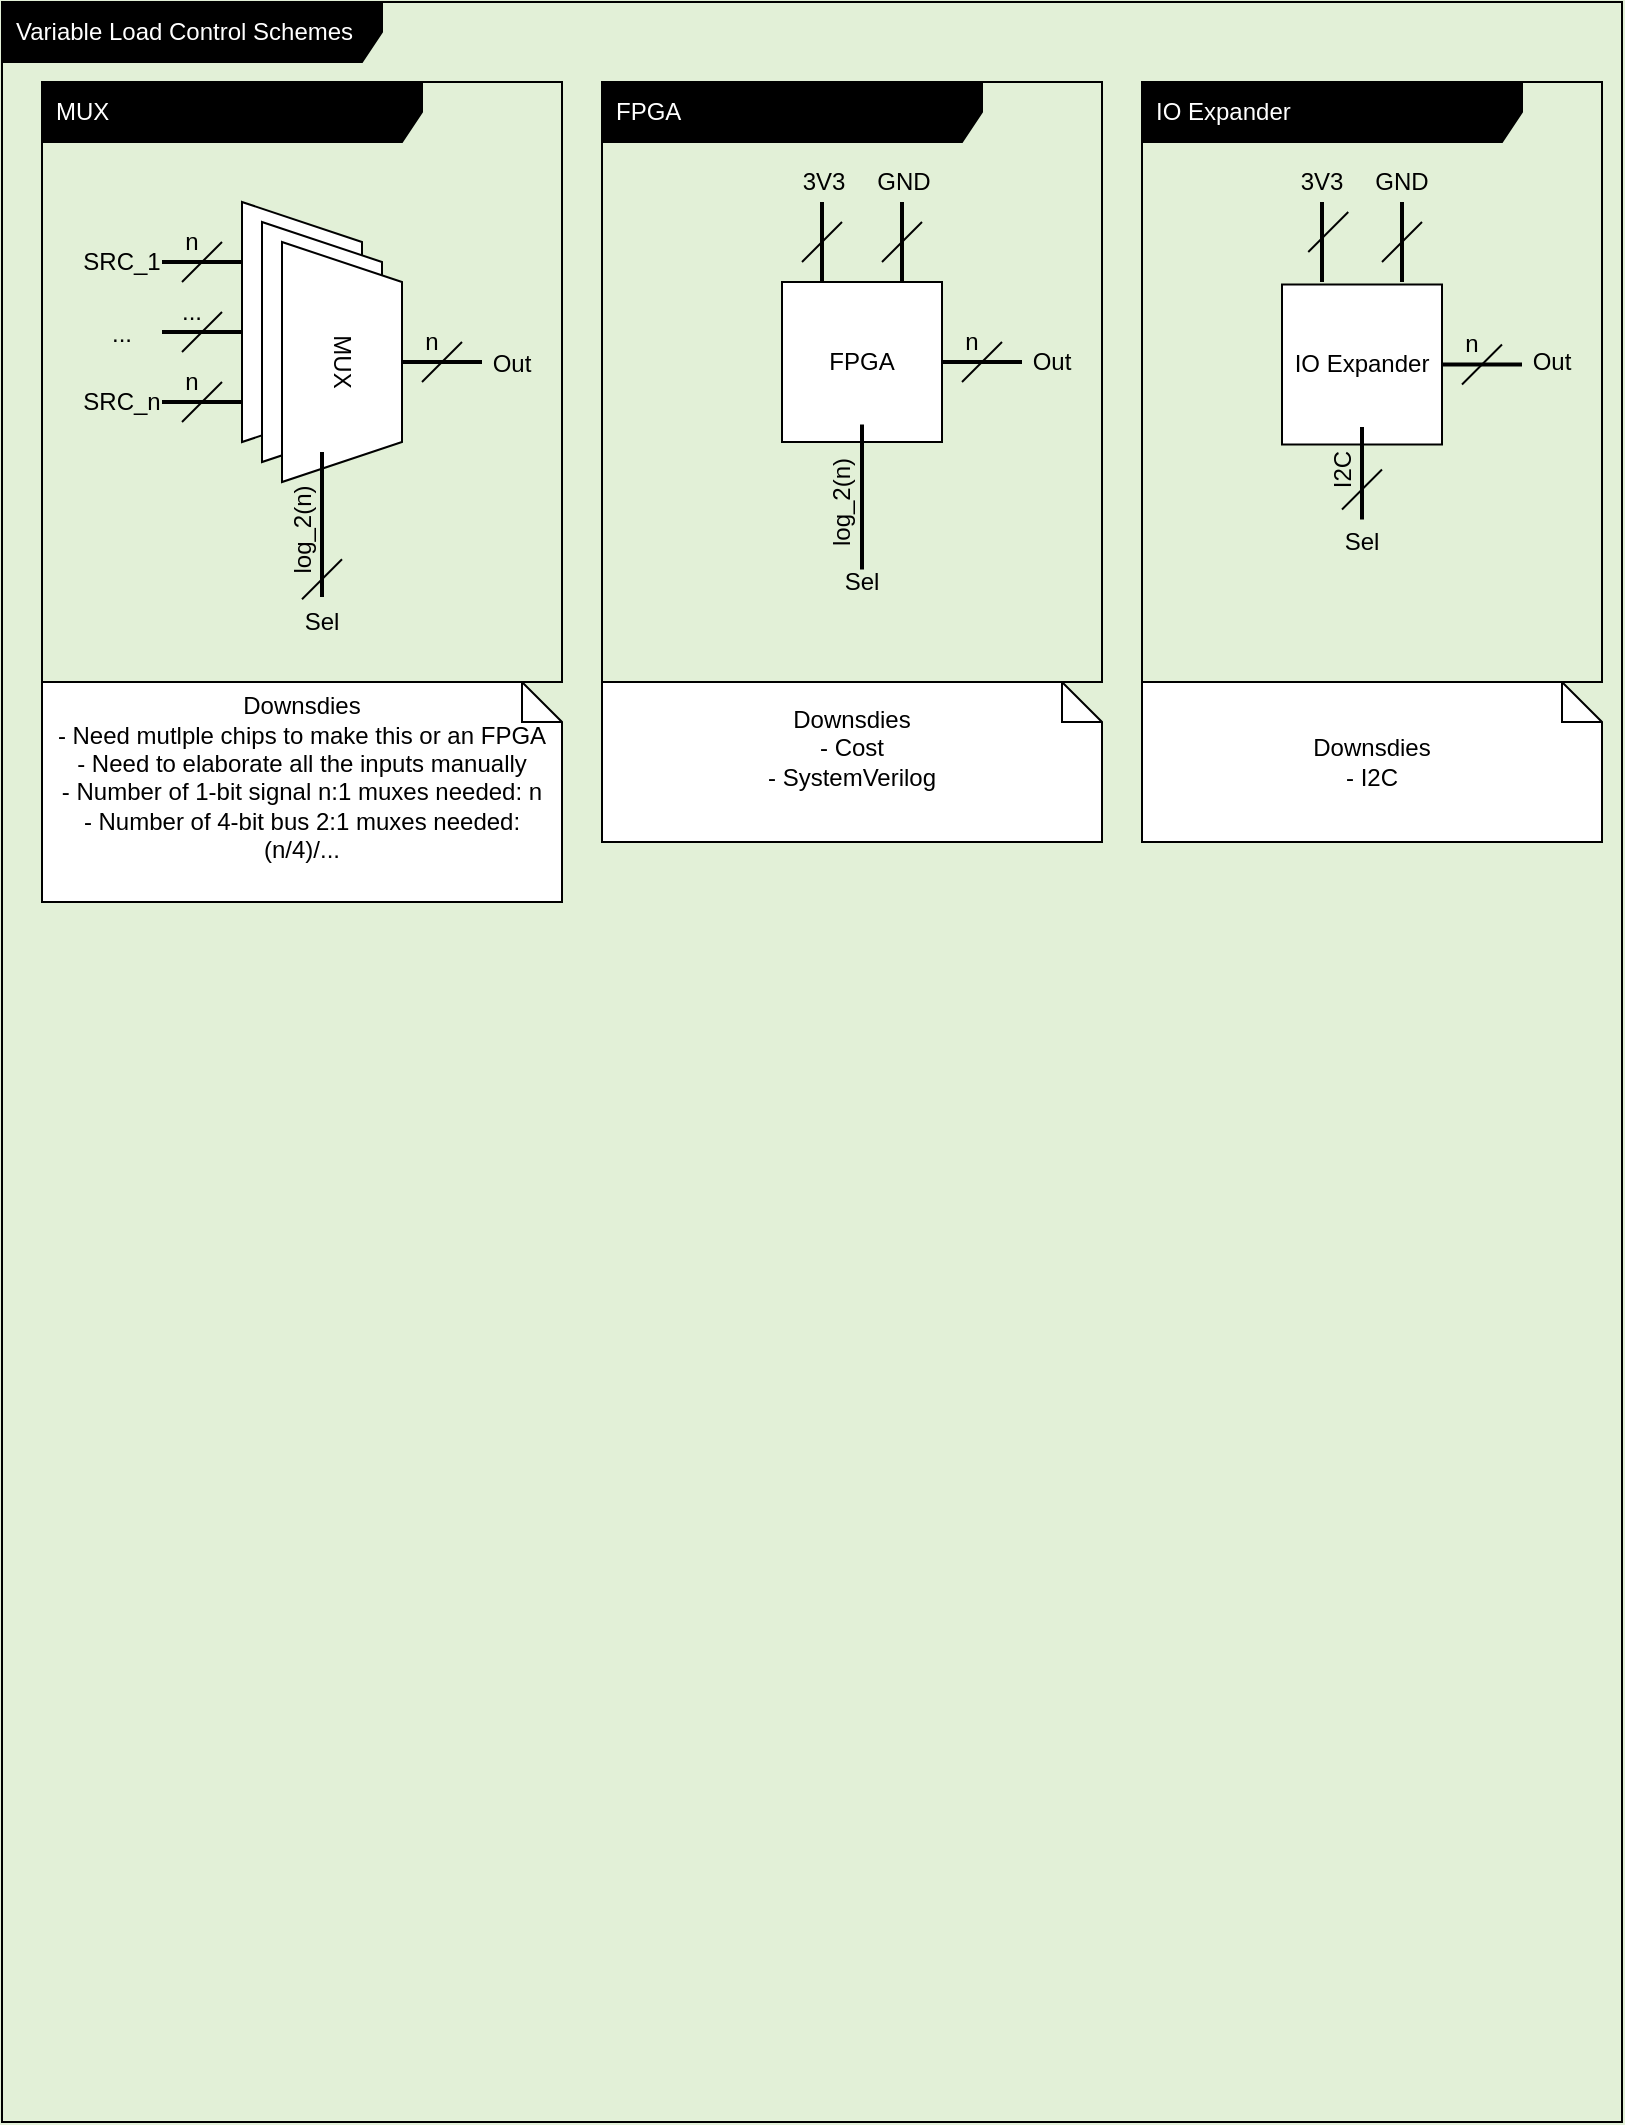
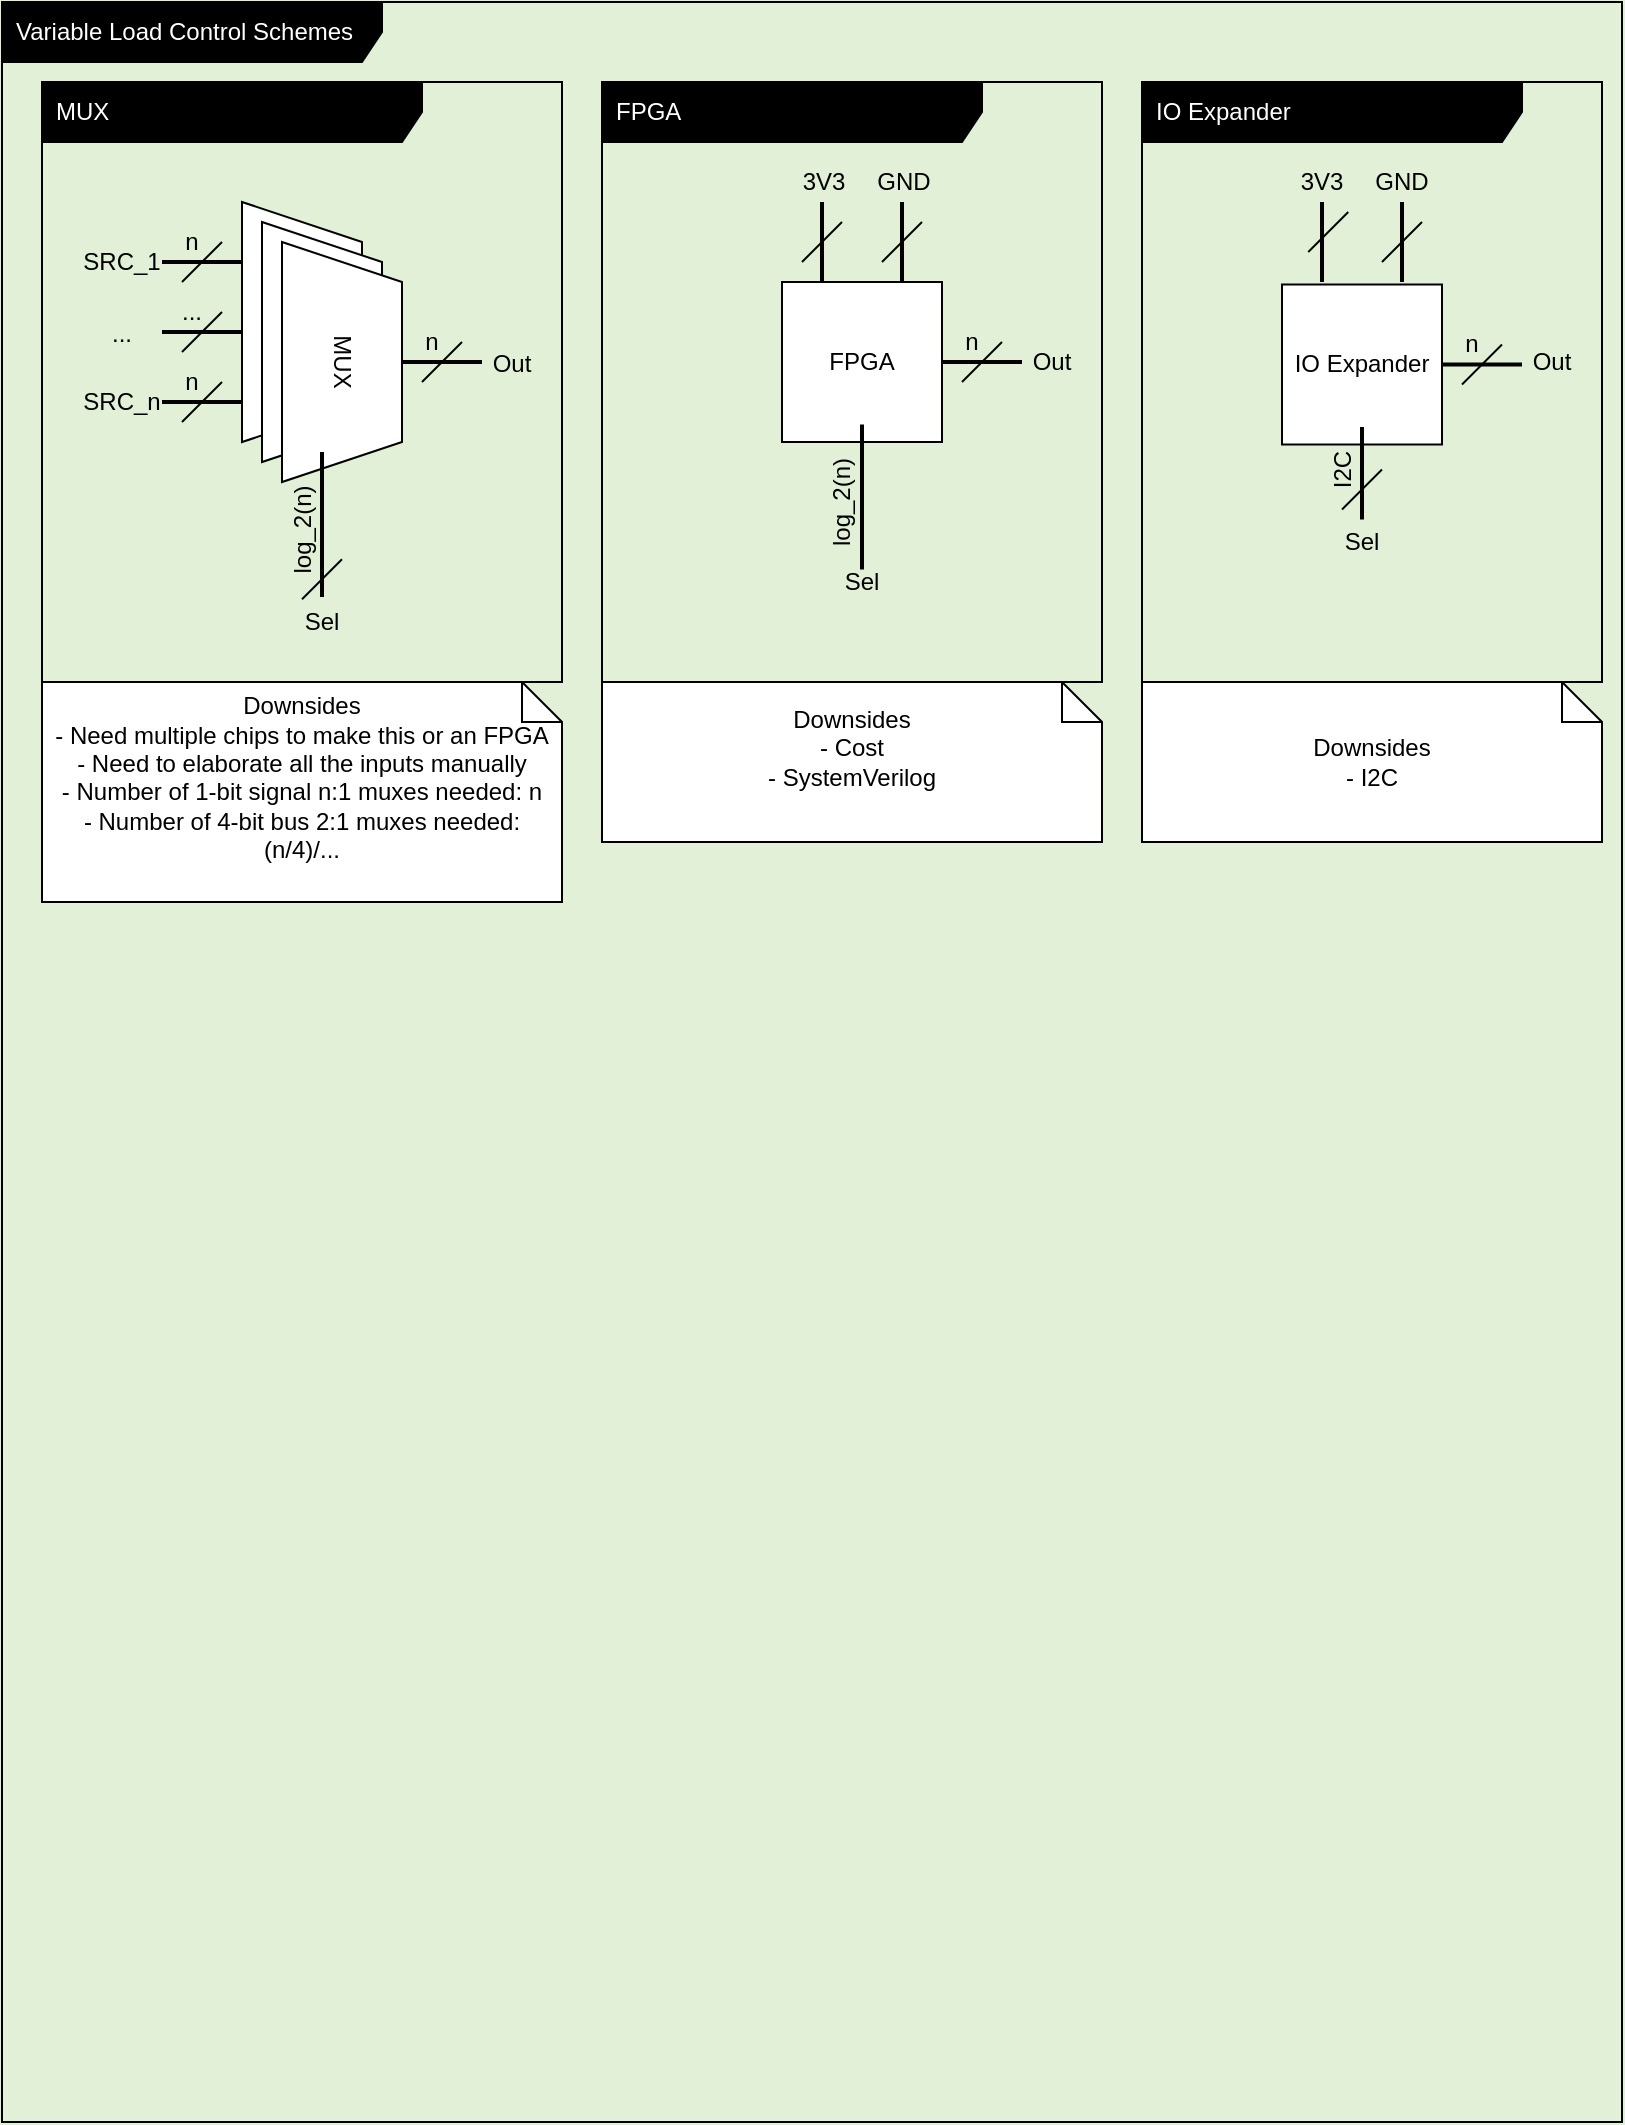
<mxfile host="65bd71144e">
    <diagram id="tHN3M4HqVVOx1sUsYJW1" name="Page-1">
        <mxGraphModel dx="793" dy="634" grid="1" gridSize="10" guides="1" tooltips="1" connect="1" arrows="1" fold="1" page="1" pageScale="1" pageWidth="850" pageHeight="1100" background="#E2F0D7" math="0" shadow="0">
            <root>
                <mxCell id="0"/>
                <mxCell id="1" parent="0"/>
                <mxCell id="2" value="&lt;font color=&quot;#ffffff&quot;&gt;Variable Load Control Schemes&lt;/font&gt;" style="shape=umlFrame;whiteSpace=wrap;html=1;width=190;height=30;boundedLbl=1;verticalAlign=middle;align=left;spacingLeft=5;fontColor=#000000;strokeColor=#000000;fillColor=#000000;gradientColor=#000000;fillStyle=solid;movable=1;resizable=1;rotatable=1;deletable=1;editable=1;connectable=1;" vertex="1" parent="1">
                    <mxGeometry x="10" y="20" width="810" height="1060" as="geometry"/>
                </mxCell>
                <mxCell id="50" value="&lt;font color=&quot;#ffffff&quot;&gt;IO Expander&lt;/font&gt;" style="shape=umlFrame;whiteSpace=wrap;html=1;width=190;height=30;boundedLbl=1;verticalAlign=middle;align=left;spacingLeft=5;fontColor=#000000;strokeColor=#000000;fillColor=#000000;gradientColor=#000000;fillStyle=solid;movable=1;resizable=1;rotatable=1;deletable=1;editable=1;connectable=1;" vertex="1" parent="1">
                    <mxGeometry x="580" y="60" width="230" height="300" as="geometry"/>
                </mxCell>
                <mxCell id="3" value="&lt;font color=&quot;#ffffff&quot;&gt;MUX&lt;/font&gt;" style="shape=umlFrame;whiteSpace=wrap;html=1;width=190;height=30;boundedLbl=1;verticalAlign=middle;align=left;spacingLeft=5;fontColor=#000000;strokeColor=#000000;fillColor=#000000;gradientColor=#000000;fillStyle=solid;movable=1;resizable=1;rotatable=1;deletable=1;editable=1;connectable=1;" vertex="1" parent="1">
                    <mxGeometry x="30" y="60" width="260" height="300" as="geometry"/>
                </mxCell>
                <mxCell id="7" value="" style="shape=trapezoid;perimeter=trapezoidPerimeter;whiteSpace=wrap;html=1;fixedSize=1;rotation=90;fillColor=light-dark(#FFFFFF,#FFFFFF);" vertex="1" parent="1">
                    <mxGeometry x="100" y="150" width="120" height="60" as="geometry"/>
                </mxCell>
                <mxCell id="8" value="" style="shape=trapezoid;perimeter=trapezoidPerimeter;whiteSpace=wrap;html=1;fixedSize=1;rotation=90;fillColor=light-dark(#FFFFFF,#FFFFFF);" vertex="1" parent="1">
                    <mxGeometry x="110" y="160" width="120" height="60" as="geometry"/>
                </mxCell>
                <mxCell id="9" value="&lt;font style=&quot;color: light-dark(rgb(0, 0, 0), rgb(0, 0, 0));&quot;&gt;MUX&lt;/font&gt;" style="shape=trapezoid;perimeter=trapezoidPerimeter;whiteSpace=wrap;html=1;fixedSize=1;rotation=90;fillColor=light-dark(#FFFFFF,#FFFFFF);" vertex="1" parent="1">
                    <mxGeometry x="120" y="170" width="120" height="60" as="geometry"/>
                </mxCell>
                <mxCell id="10" value="" style="line;strokeWidth=2;html=1;" vertex="1" parent="1">
                    <mxGeometry x="90" y="145" width="40" height="10" as="geometry"/>
                </mxCell>
                <mxCell id="11" value="" style="endArrow=none;html=1;" edge="1" parent="1">
                    <mxGeometry width="50" height="50" relative="1" as="geometry">
                        <mxPoint x="100" y="160" as="sourcePoint"/>
                        <mxPoint x="120" y="140" as="targetPoint"/>
                    </mxGeometry>
                </mxCell>
                <mxCell id="12" value="n" style="text;html=1;strokeColor=none;fillColor=none;align=center;verticalAlign=middle;whiteSpace=wrap;rounded=0;" vertex="1" parent="1">
                    <mxGeometry x="90" y="130" width="30" height="20" as="geometry"/>
                </mxCell>
                <mxCell id="15" value="" style="line;strokeWidth=2;html=1;" vertex="1" parent="1">
                    <mxGeometry x="90" y="180" width="40" height="10" as="geometry"/>
                </mxCell>
                <mxCell id="16" value="" style="endArrow=none;html=1;" edge="1" parent="1" source="17">
                    <mxGeometry width="50" height="50" relative="1" as="geometry">
                        <mxPoint x="100" y="195" as="sourcePoint"/>
                        <mxPoint x="120" y="175" as="targetPoint"/>
                    </mxGeometry>
                </mxCell>
                <mxCell id="18" value="" style="line;strokeWidth=2;html=1;" vertex="1" parent="1">
                    <mxGeometry x="90" y="215" width="40" height="10" as="geometry"/>
                </mxCell>
                <mxCell id="19" value="" style="endArrow=none;html=1;" edge="1" parent="1">
                    <mxGeometry width="50" height="50" relative="1" as="geometry">
                        <mxPoint x="100" y="230" as="sourcePoint"/>
                        <mxPoint x="120" y="210" as="targetPoint"/>
                    </mxGeometry>
                </mxCell>
                <mxCell id="20" value="n" style="text;html=1;strokeColor=none;fillColor=none;align=center;verticalAlign=middle;whiteSpace=wrap;rounded=0;" vertex="1" parent="1">
                    <mxGeometry x="90" y="200" width="30" height="20" as="geometry"/>
                </mxCell>
                <mxCell id="21" value="" style="line;strokeWidth=2;html=1;" vertex="1" parent="1">
                    <mxGeometry x="210" y="195" width="40" height="10" as="geometry"/>
                </mxCell>
                <mxCell id="22" value="" style="endArrow=none;html=1;" edge="1" parent="1">
                    <mxGeometry width="50" height="50" relative="1" as="geometry">
                        <mxPoint x="220" y="210" as="sourcePoint"/>
                        <mxPoint x="240" y="190" as="targetPoint"/>
                    </mxGeometry>
                </mxCell>
                <mxCell id="23" value="n" style="text;html=1;strokeColor=none;fillColor=none;align=center;verticalAlign=middle;whiteSpace=wrap;rounded=0;" vertex="1" parent="1">
                    <mxGeometry x="210" y="180" width="30" height="20" as="geometry"/>
                </mxCell>
                <mxCell id="24" value="" style="line;strokeWidth=2;html=1;rotation=-90;" vertex="1" parent="1">
                    <mxGeometry x="133.75" y="276.25" width="72.5" height="10" as="geometry"/>
                </mxCell>
                <mxCell id="26" value="log_2(n)" style="text;html=1;strokeColor=none;fillColor=none;align=center;verticalAlign=middle;whiteSpace=wrap;rounded=0;rotation=-90;" vertex="1" parent="1">
                    <mxGeometry x="136.25" y="273.75" width="47.5" height="20" as="geometry"/>
                </mxCell>
                <mxCell id="32" value="" style="endArrow=none;html=1;" edge="1" parent="1">
                    <mxGeometry width="50" height="50" relative="1" as="geometry">
                        <mxPoint x="160" y="318.64" as="sourcePoint"/>
                        <mxPoint x="180" y="298.64" as="targetPoint"/>
                    </mxGeometry>
                </mxCell>
                <mxCell id="17" value="..." style="text;html=1;strokeColor=none;fillColor=none;align=center;verticalAlign=middle;whiteSpace=wrap;rounded=0;" vertex="1" parent="1">
                    <mxGeometry x="90" y="165" width="30" height="20" as="geometry"/>
                </mxCell>
                <mxCell id="34" value="" style="endArrow=none;html=1;" edge="1" parent="1">
                    <mxGeometry width="50" height="50" relative="1" as="geometry">
                        <mxPoint x="100" y="195" as="sourcePoint"/>
                        <mxPoint x="120" y="175" as="targetPoint"/>
                    </mxGeometry>
                </mxCell>
-                 <mxCell id="35" value="&lt;div&gt;Downsdies&lt;/div&gt;&lt;div&gt;- Need mutlple chips to make this or an FPGA&lt;/div&gt;&lt;div&gt;- Need to elaborate all the inputs manually&lt;/div&gt;&lt;div&gt;- Number of 1-bit signal n:1 muxes needed: n&lt;/div&gt;&lt;div&gt;- Number of 4-bit bus 2:1 muxes needed: (n/4)/...&lt;/div&gt;&lt;div&gt;&lt;br&gt;&lt;/div&gt;" style="shape=note;size=20;whiteSpace=wrap;html=1;" vertex="1" parent="1">
+                 <mxCell id="35" value="&lt;div&gt;Downsides&lt;/div&gt;&lt;div&gt;- Need multiple chips to make this or an FPGA&lt;/div&gt;&lt;div&gt;- Need to elaborate all the inputs manually&lt;/div&gt;&lt;div&gt;- Number of 1-bit signal n:1 muxes needed: n&lt;/div&gt;&lt;div&gt;- Number of 4-bit bus 2:1 muxes needed: (n/4)/...&lt;/div&gt;&lt;div&gt;&lt;br&gt;&lt;/div&gt;" style="shape=note;size=20;whiteSpace=wrap;html=1;" vertex="1" parent="1">
                    <mxGeometry x="30" y="360" width="260" height="110" as="geometry"/>
                </mxCell>
                <mxCell id="36" value="&lt;font color=&quot;#ffffff&quot;&gt;FPGA&lt;/font&gt;" style="shape=umlFrame;whiteSpace=wrap;html=1;width=190;height=30;boundedLbl=1;verticalAlign=middle;align=left;spacingLeft=5;fontColor=#000000;strokeColor=#000000;fillColor=#000000;gradientColor=#000000;fillStyle=solid;movable=1;resizable=1;rotatable=1;deletable=1;editable=1;connectable=1;" vertex="1" parent="1">
                    <mxGeometry x="310" y="60" width="250" height="300" as="geometry"/>
                </mxCell>
                <mxCell id="37" value="&lt;font style=&quot;color: light-dark(rgb(0, 0, 0), rgb(0, 0, 0));&quot;&gt;FPGA&lt;/font&gt;" style="rounded=0;whiteSpace=wrap;html=1;fillColor=light-dark(#FFFFFF,#FFFFFF);" vertex="1" parent="1">
                    <mxGeometry x="400" y="160" width="80" height="80" as="geometry"/>
                </mxCell>
                <mxCell id="41" value="" style="line;strokeWidth=2;html=1;rotation=-90;" vertex="1" parent="1">
                    <mxGeometry x="403.75" y="262.5" width="72.5" height="10" as="geometry"/>
                </mxCell>
                <mxCell id="42" value="log_2(n)" style="text;html=1;strokeColor=none;fillColor=none;align=center;verticalAlign=middle;whiteSpace=wrap;rounded=0;rotation=-90;" vertex="1" parent="1">
                    <mxGeometry x="406.25" y="260" width="47.5" height="20" as="geometry"/>
                </mxCell>
                <mxCell id="47" value="" style="line;strokeWidth=2;html=1;" vertex="1" parent="1">
                    <mxGeometry x="480" y="197.5" width="40" height="5" as="geometry"/>
                </mxCell>
                <mxCell id="48" value="" style="endArrow=none;html=1;" edge="1" parent="1">
                    <mxGeometry width="50" height="50" relative="1" as="geometry">
                        <mxPoint x="490" y="210" as="sourcePoint"/>
                        <mxPoint x="510" y="190" as="targetPoint"/>
                    </mxGeometry>
                </mxCell>
                <mxCell id="49" value="n" style="text;html=1;strokeColor=none;fillColor=none;align=center;verticalAlign=middle;whiteSpace=wrap;rounded=0;" vertex="1" parent="1">
                    <mxGeometry x="480" y="180" width="30" height="20" as="geometry"/>
                </mxCell>
                <mxCell id="51" value="&lt;font style=&quot;color: light-dark(rgb(0, 0, 0), rgb(0, 0, 0));&quot;&gt;IO Expander&lt;/font&gt;" style="rounded=0;whiteSpace=wrap;html=1;fillColor=light-dark(#FFFFFF,#FFFFFF);" vertex="1" parent="1">
                    <mxGeometry x="650" y="161.25" width="80" height="80" as="geometry"/>
                </mxCell>
                <mxCell id="52" value="" style="line;strokeWidth=2;html=1;rotation=90;" vertex="1" parent="1">
                    <mxGeometry x="690" y="135" width="40" height="10" as="geometry"/>
                </mxCell>
                <mxCell id="54" value="3V3" style="text;html=1;strokeColor=none;fillColor=none;align=center;verticalAlign=middle;whiteSpace=wrap;rounded=0;" vertex="1" parent="1">
                    <mxGeometry x="406.25" y="100" width="30" height="20" as="geometry"/>
                </mxCell>
                <mxCell id="55" value="" style="line;strokeWidth=2;html=1;rotation=-90;" vertex="1" parent="1">
                    <mxGeometry x="666.88" y="250.63" width="46.25" height="10" as="geometry"/>
                </mxCell>
                <mxCell id="56" value="I2C" style="text;html=1;strokeColor=none;fillColor=none;align=center;verticalAlign=middle;whiteSpace=wrap;rounded=0;rotation=-90;" vertex="1" parent="1">
                    <mxGeometry x="663.13" y="243.75" width="33.75" height="20" as="geometry"/>
                </mxCell>
                <mxCell id="58" value="" style="line;strokeWidth=2;html=1;" vertex="1" parent="1">
                    <mxGeometry x="730" y="198.75" width="40" height="5" as="geometry"/>
                </mxCell>
                <mxCell id="59" value="" style="endArrow=none;html=1;" edge="1" parent="1">
                    <mxGeometry width="50" height="50" relative="1" as="geometry">
                        <mxPoint x="740" y="211.25" as="sourcePoint"/>
                        <mxPoint x="760" y="191.25" as="targetPoint"/>
                    </mxGeometry>
                </mxCell>
                <mxCell id="60" value="n" style="text;html=1;strokeColor=none;fillColor=none;align=center;verticalAlign=middle;whiteSpace=wrap;rounded=0;" vertex="1" parent="1">
                    <mxGeometry x="730" y="181.25" width="30" height="20" as="geometry"/>
                </mxCell>
                <mxCell id="62" value="GND" style="text;html=1;strokeColor=none;fillColor=none;align=center;verticalAlign=middle;whiteSpace=wrap;rounded=0;" vertex="1" parent="1">
                    <mxGeometry x="446.25" y="100" width="30" height="20" as="geometry"/>
                </mxCell>
                <mxCell id="77" value="" style="endArrow=none;html=1;" edge="1" parent="1">
                    <mxGeometry width="50" height="50" relative="1" as="geometry">
                        <mxPoint x="700" y="150" as="sourcePoint"/>
                        <mxPoint x="720" y="130" as="targetPoint"/>
                    </mxGeometry>
                </mxCell>
                <mxCell id="82" value="" style="endArrow=none;html=1;" edge="1" parent="1">
                    <mxGeometry width="50" height="50" relative="1" as="geometry">
                        <mxPoint x="680" y="273.75" as="sourcePoint"/>
                        <mxPoint x="700" y="253.75" as="targetPoint"/>
                    </mxGeometry>
                </mxCell>
                <mxCell id="84" value="Sel" style="text;html=1;strokeColor=none;fillColor=none;align=center;verticalAlign=middle;whiteSpace=wrap;rounded=0;" vertex="1" parent="1">
                    <mxGeometry x="425" y="300" width="30" height="20" as="geometry"/>
                </mxCell>
                <mxCell id="85" value="Out" style="text;html=1;strokeColor=none;fillColor=none;align=center;verticalAlign=middle;whiteSpace=wrap;rounded=0;" vertex="1" parent="1">
                    <mxGeometry x="520" y="190" width="30" height="20" as="geometry"/>
                </mxCell>
                <mxCell id="87" value="Out" style="text;html=1;strokeColor=none;fillColor=none;align=center;verticalAlign=middle;whiteSpace=wrap;rounded=0;" vertex="1" parent="1">
                    <mxGeometry x="770" y="190" width="30" height="20" as="geometry"/>
                </mxCell>
                <mxCell id="89" value="Sel" style="text;html=1;strokeColor=none;fillColor=none;align=center;verticalAlign=middle;whiteSpace=wrap;rounded=0;" vertex="1" parent="1">
                    <mxGeometry x="675.01" y="280" width="30" height="20" as="geometry"/>
                </mxCell>
                <mxCell id="90" value="Sel" style="text;html=1;strokeColor=none;fillColor=none;align=center;verticalAlign=middle;whiteSpace=wrap;rounded=0;" vertex="1" parent="1">
                    <mxGeometry x="155" y="320" width="30" height="20" as="geometry"/>
                </mxCell>
                <mxCell id="91" value="SRC_1" style="text;html=1;strokeColor=none;fillColor=none;align=center;verticalAlign=middle;whiteSpace=wrap;rounded=0;" vertex="1" parent="1">
                    <mxGeometry x="50" y="140" width="40" height="20" as="geometry"/>
                </mxCell>
                <mxCell id="92" value="..." style="text;html=1;strokeColor=none;fillColor=none;align=center;verticalAlign=middle;whiteSpace=wrap;rounded=0;" vertex="1" parent="1">
                    <mxGeometry x="50" y="176.25" width="40" height="20" as="geometry"/>
                </mxCell>
                <mxCell id="93" value="SRC_n" style="text;html=1;strokeColor=none;fillColor=none;align=center;verticalAlign=middle;whiteSpace=wrap;rounded=0;" vertex="1" parent="1">
                    <mxGeometry x="50" y="210" width="40" height="20" as="geometry"/>
                </mxCell>
                <mxCell id="94" value="Out" style="text;html=1;strokeColor=none;fillColor=none;align=center;verticalAlign=middle;whiteSpace=wrap;rounded=0;" vertex="1" parent="1">
                    <mxGeometry x="250" y="191.25" width="30" height="20" as="geometry"/>
                </mxCell>
                <mxCell id="95" value="" style="line;strokeWidth=2;html=1;rotation=90;" vertex="1" parent="1">
                    <mxGeometry x="650" y="135" width="40" height="10" as="geometry"/>
                </mxCell>
                <mxCell id="96" value="" style="line;strokeWidth=2;html=1;rotation=90;" vertex="1" parent="1">
                    <mxGeometry x="400" y="135" width="40" height="10" as="geometry"/>
                </mxCell>
                <mxCell id="97" value="" style="line;strokeWidth=2;html=1;rotation=90;" vertex="1" parent="1">
                    <mxGeometry x="440" y="135" width="40" height="10" as="geometry"/>
                </mxCell>
                <mxCell id="98" value="3V3" style="text;html=1;strokeColor=none;fillColor=none;align=center;verticalAlign=middle;whiteSpace=wrap;rounded=0;" vertex="1" parent="1">
                    <mxGeometry x="655" y="100" width="30" height="20" as="geometry"/>
                </mxCell>
                <mxCell id="99" value="GND" style="text;html=1;strokeColor=none;fillColor=none;align=center;verticalAlign=middle;whiteSpace=wrap;rounded=0;" vertex="1" parent="1">
                    <mxGeometry x="695" y="100" width="30" height="20" as="geometry"/>
                </mxCell>
                <mxCell id="100" value="" style="endArrow=none;html=1;" edge="1" parent="1">
                    <mxGeometry width="50" height="50" relative="1" as="geometry">
                        <mxPoint x="663.13" y="145" as="sourcePoint"/>
                        <mxPoint x="683.13" y="125" as="targetPoint"/>
                    </mxGeometry>
                </mxCell>
                <mxCell id="106" value="" style="endArrow=none;html=1;" edge="1" parent="1">
                    <mxGeometry width="50" height="50" relative="1" as="geometry">
                        <mxPoint x="410" y="150" as="sourcePoint"/>
                        <mxPoint x="430" y="130" as="targetPoint"/>
                    </mxGeometry>
                </mxCell>
                <mxCell id="107" value="" style="endArrow=none;html=1;" edge="1" parent="1">
                    <mxGeometry width="50" height="50" relative="1" as="geometry">
                        <mxPoint x="450" y="150" as="sourcePoint"/>
                        <mxPoint x="470" y="130" as="targetPoint"/>
                    </mxGeometry>
                </mxCell>
-                 <mxCell id="108" value="&lt;div&gt;Downsdies&lt;/div&gt;&lt;div&gt;- Cost&lt;/div&gt;&lt;div&gt;- SystemVerilog&lt;/div&gt;&lt;div&gt;&lt;br&gt;&lt;/div&gt;" style="shape=note;size=20;whiteSpace=wrap;html=1;" vertex="1" parent="1">
+                 <mxCell id="108" value="&lt;div&gt;Downsides&lt;/div&gt;&lt;div&gt;- Cost&lt;/div&gt;&lt;div&gt;- SystemVerilog&lt;/div&gt;&lt;div&gt;&lt;br&gt;&lt;/div&gt;" style="shape=note;size=20;whiteSpace=wrap;html=1;" vertex="1" parent="1">
                    <mxGeometry x="310" y="360" width="250" height="80" as="geometry"/>
                </mxCell>
-                 <mxCell id="109" value="&lt;div&gt;Downsdies&lt;/div&gt;&lt;div&gt;- I2C&lt;/div&gt;" style="shape=note;size=20;whiteSpace=wrap;html=1;" vertex="1" parent="1">
+                 <mxCell id="109" value="&lt;div&gt;Downsides&lt;/div&gt;&lt;div&gt;- I2C&lt;/div&gt;" style="shape=note;size=20;whiteSpace=wrap;html=1;" vertex="1" parent="1">
                    <mxGeometry x="580" y="360" width="230" height="80" as="geometry"/>
                </mxCell>
            </root>
        </mxGraphModel>
    </diagram>
</mxfile>